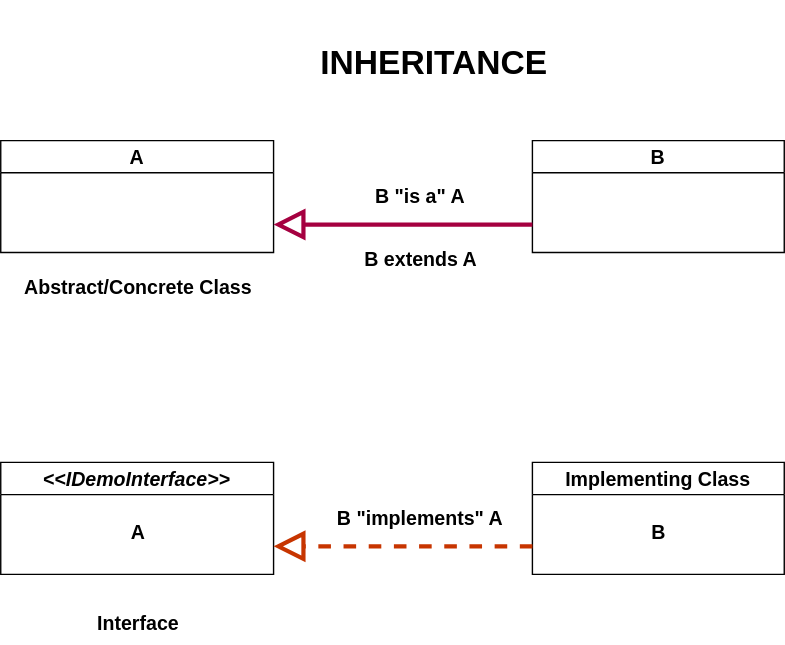
surajit1312/Low_Level_System_Design keeps this draw.io diagram as P0_UML_Diagrams/ClassRelationships_Inheritance.svg. Above is the earlier version. Source tidied: cells renumbered, new cells last; positions are measured from the earlier drawing's top-left corner, leaving out a move shared by most shapes. Source of this version:
```xml
<mxGraphModel>
  <root>
    <mxCell id="0" />
    <mxCell id="1" parent="0" />
    <mxCell id="2" value="A" style="swimlane;fontStyle=1;startSize=23;fontSize=14;" parent="1" vertex="1">
      <mxGeometry y="100" width="195" height="80" as="geometry" />
    </mxCell>
    <mxCell id="3" value="B" style="swimlane;fontStyle=1;fontSize=14;" parent="1" vertex="1">
      <mxGeometry x="380" y="100" width="180" height="80" as="geometry" />
    </mxCell>
    <mxCell id="4" value="&lt;b&gt;B &quot;is a&quot; A&lt;/b&gt;" style="text;html=1;strokeColor=none;fillColor=none;align=center;verticalAlign=middle;whiteSpace=wrap;rounded=0;fontSize=14;" parent="1" vertex="1">
      <mxGeometry x="230" y="125" width="140" height="30" as="geometry" />
    </mxCell>
    <mxCell id="5" value="&lt;b&gt;&lt;font style=&quot;font-size: 24px;&quot;&gt;INHERITANCE&lt;/font&gt;&lt;/b&gt;" style="text;html=1;strokeColor=none;fillColor=none;align=center;verticalAlign=middle;whiteSpace=wrap;rounded=0;fontSize=14;rotation=0;" parent="1" vertex="1">
      <mxGeometry x="170" width="280" height="90" as="geometry" />
    </mxCell>
    <mxCell id="6" style="endArrow=block;html=1;entryX=1;entryY=0.75;entryDx=0;entryDy=0;exitX=0;exitY=0.75;exitDx=0;exitDy=0;strokeWidth=3;endFill=0;endSize=15;startSize=0;rounded=0;fillColor=#d80073;strokeColor=#A50040;" parent="1" edge="1" source="3" target="2">
      <mxGeometry relative="1" as="geometry" />
    </mxCell>
    <mxCell id="7" value="&lt;b&gt;&lt;font style=&quot;font-size: 14px;&quot;&gt;B extends A&lt;/font&gt;&lt;/b&gt;" style="text;html=1;align=center;verticalAlign=middle;strokeColor=none;fillColor=none;" parent="1" vertex="1">
      <mxGeometry x="250" y="170" width="100" height="30" as="geometry" />
    </mxCell>
    <mxCell id="8" value="&lt;&lt;IDemoInterface&gt;&gt;" style="swimlane;fontStyle=3;startSize=23;fontSize=14;" parent="1" vertex="1">
      <mxGeometry y="330" width="195" height="80" as="geometry" />
    </mxCell>
    <mxCell id="9" value="&lt;b&gt;&lt;font style=&quot;font-size: 14px;&quot;&gt;A&lt;/font&gt;&lt;/b&gt;" style="text;html=1;align=center;verticalAlign=middle;strokeColor=none;fillColor=none;" parent="8" vertex="1">
      <mxGeometry x="82.5" y="35" width="30" height="30" as="geometry" />
    </mxCell>
    <mxCell id="10" value="Implementing Class" style="swimlane;fontStyle=1;fontSize=14;" parent="1" vertex="1">
      <mxGeometry x="380" y="330" width="180" height="80" as="geometry" />
    </mxCell>
    <mxCell id="11" value="&lt;b&gt;&lt;font style=&quot;font-size: 14px;&quot;&gt;B&lt;/font&gt;&lt;/b&gt;" style="text;html=1;align=center;verticalAlign=middle;strokeColor=none;fillColor=none;" parent="10" vertex="1">
      <mxGeometry x="75" y="35" width="30" height="30" as="geometry" />
    </mxCell>
    <mxCell id="12" value="&lt;b&gt;B &quot;implements&quot; A&lt;/b&gt;" style="text;html=1;strokeColor=none;fillColor=none;align=center;verticalAlign=middle;whiteSpace=wrap;rounded=0;fontSize=14;" parent="1" vertex="1">
      <mxGeometry x="230" y="355" width="140" height="30" as="geometry" />
    </mxCell>
    <mxCell id="13" style="endArrow=block;html=1;entryX=1;entryY=0.75;entryDx=0;entryDy=0;exitX=0;exitY=0.75;exitDx=0;exitDy=0;strokeWidth=3;endFill=0;endSize=15;startSize=0;rounded=0;fillColor=#fa6800;strokeColor=#C73500;dashed=1;" parent="1" edge="1" source="10" target="8">
      <mxGeometry relative="1" as="geometry" />
    </mxCell>
    <mxCell id="14" value="&lt;b&gt;Abstract/Concrete Class&lt;/b&gt;" style="text;html=1;align=center;verticalAlign=middle;strokeColor=none;fillColor=none;fontSize=14;" parent="1" vertex="1">
      <mxGeometry x="2.5" y="190" width="190" height="30" as="geometry" />
    </mxCell>
    <mxCell id="15" value="&lt;b&gt;Interface&lt;/b&gt;" style="text;html=1;align=center;verticalAlign=middle;strokeColor=none;fillColor=none;fontSize=14;" parent="1" vertex="1">
      <mxGeometry x="57.5" y="430" width="80" height="30" as="geometry" />
    </mxCell>
  </root>
</mxGraphModel>
```
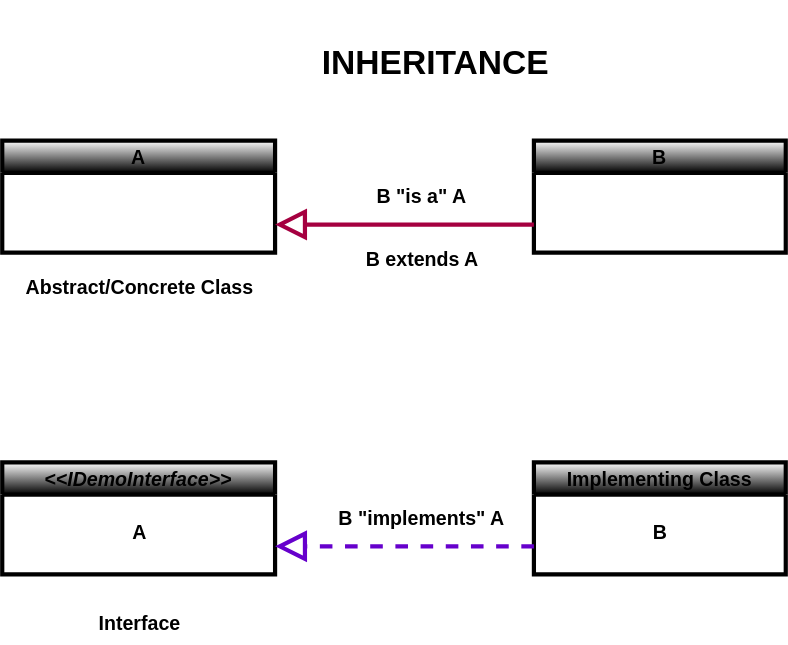
The same file after the commit.

The edit, as a diff of the source:
```diff
@@ -1,47 +1,47 @@
-<mxGraphModel>
+<mxGraphModel background="#ffffff">
   <root>
     <mxCell id="0" />
     <mxCell id="1" parent="0" />
-    <mxCell id="2" value="A" style="swimlane;fontStyle=1;startSize=23;fontSize=14;" parent="1" vertex="1">
+    <mxCell id="2" value="A" style="swimlane;fontStyle=1;startSize=23;fontSize=14;fillColor=#FFFFFF;gradientColor=default;fontColor=#000000;labelBorderColor=none;strokeColor=#000000;strokeWidth=3;" parent="1" vertex="1">
       <mxGeometry y="100" width="195" height="80" as="geometry" />
     </mxCell>
-    <mxCell id="3" value="B" style="swimlane;fontStyle=1;fontSize=14;" parent="1" vertex="1">
+    <mxCell id="3" value="B" style="swimlane;fontStyle=1;fontSize=14;fillColor=#FFFFFF;gradientColor=default;fontColor=#000000;labelBorderColor=none;strokeColor=#000000;strokeWidth=3;" parent="1" vertex="1">
       <mxGeometry x="380" y="100" width="180" height="80" as="geometry" />
     </mxCell>
-    <mxCell id="4" value="&lt;b&gt;B &quot;is a&quot; A&lt;/b&gt;" style="text;html=1;strokeColor=none;fillColor=none;align=center;verticalAlign=middle;whiteSpace=wrap;rounded=0;fontSize=14;" parent="1" vertex="1">
+    <mxCell id="4" value="&lt;b&gt;B &quot;is a&quot; A&lt;/b&gt;" style="text;html=1;strokeColor=none;fillColor=none;align=center;verticalAlign=middle;whiteSpace=wrap;rounded=0;fontSize=14;fontColor=#000000;" parent="1" vertex="1">
       <mxGeometry x="230" y="125" width="140" height="30" as="geometry" />
     </mxCell>
-    <mxCell id="5" value="&lt;b&gt;&lt;font style=&quot;font-size: 24px;&quot;&gt;INHERITANCE&lt;/font&gt;&lt;/b&gt;" style="text;html=1;strokeColor=none;fillColor=none;align=center;verticalAlign=middle;whiteSpace=wrap;rounded=0;fontSize=14;rotation=0;" parent="1" vertex="1">
+    <mxCell id="5" value="&lt;b&gt;&lt;font style=&quot;font-size: 24px;&quot;&gt;INHERITANCE&lt;/font&gt;&lt;/b&gt;" style="text;html=1;strokeColor=none;fillColor=none;align=center;verticalAlign=middle;whiteSpace=wrap;rounded=0;fontSize=14;rotation=0;fontColor=#000000;" parent="1" vertex="1">
       <mxGeometry x="170" width="280" height="90" as="geometry" />
     </mxCell>
     <mxCell id="6" style="endArrow=block;html=1;entryX=1;entryY=0.75;entryDx=0;entryDy=0;exitX=0;exitY=0.75;exitDx=0;exitDy=0;strokeWidth=3;endFill=0;endSize=15;startSize=0;rounded=0;fillColor=#d80073;strokeColor=#A50040;" parent="1" edge="1" source="3" target="2">
       <mxGeometry relative="1" as="geometry" />
     </mxCell>
-    <mxCell id="7" value="&lt;b&gt;&lt;font style=&quot;font-size: 14px;&quot;&gt;B extends A&lt;/font&gt;&lt;/b&gt;" style="text;html=1;align=center;verticalAlign=middle;strokeColor=none;fillColor=none;" parent="1" vertex="1">
+    <mxCell id="7" value="&lt;b&gt;&lt;font style=&quot;font-size: 14px;&quot;&gt;B extends A&lt;/font&gt;&lt;/b&gt;" style="text;html=1;align=center;verticalAlign=middle;strokeColor=none;fillColor=none;fontColor=#000000;" parent="1" vertex="1">
       <mxGeometry x="250" y="170" width="100" height="30" as="geometry" />
     </mxCell>
-    <mxCell id="8" value="&lt;&lt;IDemoInterface&gt;&gt;" style="swimlane;fontStyle=3;startSize=23;fontSize=14;" parent="1" vertex="1">
+    <mxCell id="8" value="&lt;&lt;IDemoInterface&gt;&gt;" style="swimlane;fontStyle=3;startSize=23;fontSize=14;fillColor=#FFFFFF;gradientColor=default;fontColor=#000000;labelBorderColor=none;strokeColor=#000000;strokeWidth=3;" parent="1" vertex="1">
       <mxGeometry y="330" width="195" height="80" as="geometry" />
     </mxCell>
-    <mxCell id="9" value="&lt;b&gt;&lt;font style=&quot;font-size: 14px;&quot;&gt;A&lt;/font&gt;&lt;/b&gt;" style="text;html=1;align=center;verticalAlign=middle;strokeColor=none;fillColor=none;" parent="8" vertex="1">
+    <mxCell id="9" value="&lt;b&gt;&lt;font style=&quot;font-size: 14px;&quot;&gt;A&lt;/font&gt;&lt;/b&gt;" style="text;html=1;align=center;verticalAlign=middle;strokeColor=#FFFFFF;fillColor=#FFFFFF;gradientColor=none;fontColor=#000000;labelBorderColor=none;strokeWidth=3;labelBackgroundColor=none;gradientDirection=north;" parent="8" vertex="1">
       <mxGeometry x="82.5" y="35" width="30" height="30" as="geometry" />
     </mxCell>
-    <mxCell id="10" value="Implementing Class" style="swimlane;fontStyle=1;fontSize=14;" parent="1" vertex="1">
+    <mxCell id="10" value="Implementing Class" style="swimlane;fontStyle=1;fontSize=14;fillColor=#FFFFFF;gradientColor=default;fontColor=#000000;labelBorderColor=none;strokeColor=#000000;strokeWidth=3;" parent="1" vertex="1">
       <mxGeometry x="380" y="330" width="180" height="80" as="geometry" />
     </mxCell>
-    <mxCell id="11" value="&lt;b&gt;&lt;font style=&quot;font-size: 14px;&quot;&gt;B&lt;/font&gt;&lt;/b&gt;" style="text;html=1;align=center;verticalAlign=middle;strokeColor=none;fillColor=none;" parent="10" vertex="1">
+    <mxCell id="11" value="&lt;b&gt;&lt;font style=&quot;font-size: 14px;&quot;&gt;B&lt;/font&gt;&lt;/b&gt;" style="text;html=1;align=center;verticalAlign=middle;strokeColor=none;fillColor=none;fontColor=#000000;" parent="10" vertex="1">
       <mxGeometry x="75" y="35" width="30" height="30" as="geometry" />
     </mxCell>
-    <mxCell id="12" value="&lt;b&gt;B &quot;implements&quot; A&lt;/b&gt;" style="text;html=1;strokeColor=none;fillColor=none;align=center;verticalAlign=middle;whiteSpace=wrap;rounded=0;fontSize=14;" parent="1" vertex="1">
+    <mxCell id="12" value="&lt;b&gt;B &quot;implements&quot; A&lt;/b&gt;" style="text;html=1;strokeColor=none;fillColor=none;align=center;verticalAlign=middle;whiteSpace=wrap;rounded=0;fontSize=14;fontColor=#000000;" parent="1" vertex="1">
       <mxGeometry x="230" y="355" width="140" height="30" as="geometry" />
     </mxCell>
-    <mxCell id="13" style="endArrow=block;html=1;entryX=1;entryY=0.75;entryDx=0;entryDy=0;exitX=0;exitY=0.75;exitDx=0;exitDy=0;strokeWidth=3;endFill=0;endSize=15;startSize=0;rounded=0;fillColor=#fa6800;strokeColor=#C73500;dashed=1;" parent="1" edge="1" source="10" target="8">
+    <mxCell id="13" style="endArrow=block;html=1;entryX=1;entryY=0.75;entryDx=0;entryDy=0;exitX=0;exitY=0.75;exitDx=0;exitDy=0;strokeWidth=3;endFill=0;endSize=15;startSize=0;rounded=0;fillColor=#fa6800;strokeColor=#6600CC;dashed=1;" parent="1" edge="1" source="10" target="8">
       <mxGeometry relative="1" as="geometry" />
     </mxCell>
-    <mxCell id="14" value="&lt;b&gt;Abstract/Concrete Class&lt;/b&gt;" style="text;html=1;align=center;verticalAlign=middle;strokeColor=none;fillColor=none;fontSize=14;" parent="1" vertex="1">
+    <mxCell id="14" value="&lt;b&gt;Abstract/Concrete Class&lt;/b&gt;" style="text;html=1;align=center;verticalAlign=middle;strokeColor=none;fillColor=none;fontSize=14;fontColor=#000000;" parent="1" vertex="1">
       <mxGeometry x="2.5" y="190" width="190" height="30" as="geometry" />
     </mxCell>
-    <mxCell id="15" value="&lt;b&gt;Interface&lt;/b&gt;" style="text;html=1;align=center;verticalAlign=middle;strokeColor=none;fillColor=none;fontSize=14;" parent="1" vertex="1">
+    <mxCell id="15" value="&lt;b&gt;Interface&lt;/b&gt;" style="text;html=1;align=center;verticalAlign=middle;strokeColor=none;fillColor=none;fontSize=14;fontColor=#000000;" parent="1" vertex="1">
       <mxGeometry x="57.5" y="430" width="80" height="30" as="geometry" />
     </mxCell>
   </root>
```
